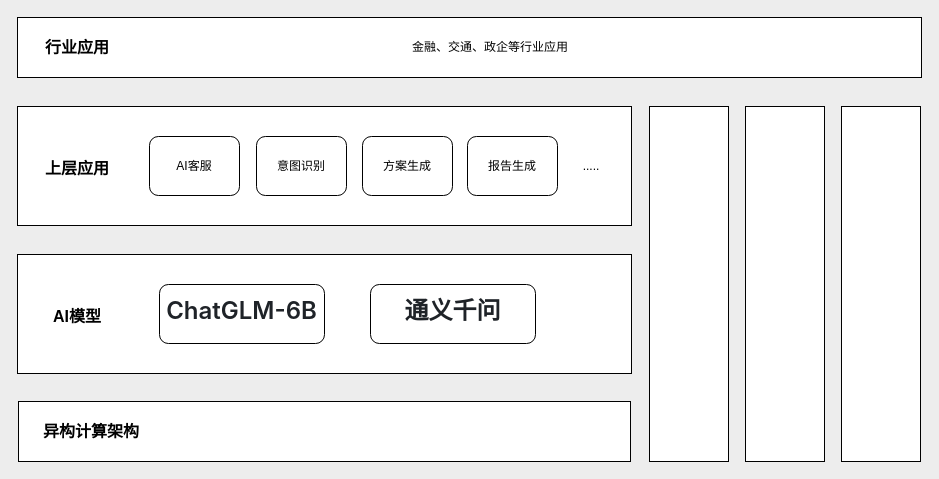
This is 意图识别架构图0715.drawio from ammengke/my-drawio, a draw.io file, before an edit. Source tidied: cells renumbered, new cells numbered last; positions are measured from the earlier drawing's top-left corner, leaving out a move shared by most shapes. Both pictures are drawn from the tidied source at 100%, with x=0, y=0 at pixel (17, 17).
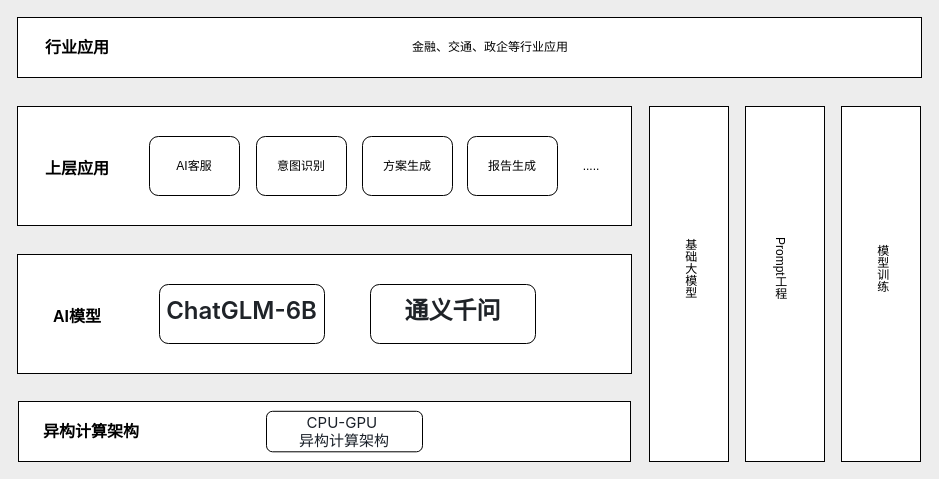
After the change.

Commit message:
更新意图识别架构图0715.drawio

What changed in the source:
```diff
@@
+    <mxCell id="21" value="基础大模型" style="text;html=1;align=center;verticalAlign=middle;whiteSpace=wrap;rounded=0;textDirection=vertical-rl;" parent="1" vertex="1">
+      <mxGeometry x="643.5" y="142" width="56" height="218" as="geometry" />
+    </mxCell>
+    <mxCell id="22" value="Prompt工程" style="text;html=1;align=center;verticalAlign=middle;whiteSpace=wrap;rounded=0;textDirection=vertical-rl;" parent="1" vertex="1">
+      <mxGeometry x="734" y="142" width="56" height="218" as="geometry" />
+    </mxCell>
+    <mxCell id="23" value="模型训练" style="text;html=1;align=center;verticalAlign=middle;whiteSpace=wrap;rounded=0;textDirection=vertical-rl;" parent="1" vertex="1">
+      <mxGeometry x="835.5" y="142" width="56" height="218" as="geometry" />
+    </mxCell>
+    <mxCell id="24" value="&lt;span style=&quot;color: rgb(26, 32, 41); font-family: -apple-system, BlinkMacSystemFont, &amp;quot;Segoe UI&amp;quot;, &amp;quot;Noto Sans&amp;quot;, Helvetica, Arial, sans-serif, &amp;quot;Apple Color Emoji&amp;quot;, &amp;quot;Segoe UI Emoji&amp;quot;; font-size: 15px; text-align: left;&quot;&gt;CPU-GPU&amp;nbsp;&lt;/span&gt;&lt;div&gt;&lt;span style=&quot;color: rgb(26, 32, 41); font-family: -apple-system, BlinkMacSystemFont, &amp;quot;Segoe UI&amp;quot;, &amp;quot;Noto Sans&amp;quot;, Helvetica, Arial, sans-serif, &amp;quot;Apple Color Emoji&amp;quot;, &amp;quot;Segoe UI Emoji&amp;quot;; font-size: 15px; text-align: left;&quot;&gt;异构计算架构&lt;/span&gt;&lt;/div&gt;" style="rounded=1;whiteSpace=wrap;html=1;" parent="1" vertex="1">
+      <mxGeometry x="249" y="393.8" width="156" height="40.5" as="geometry" />
+    </mxCell>
```
